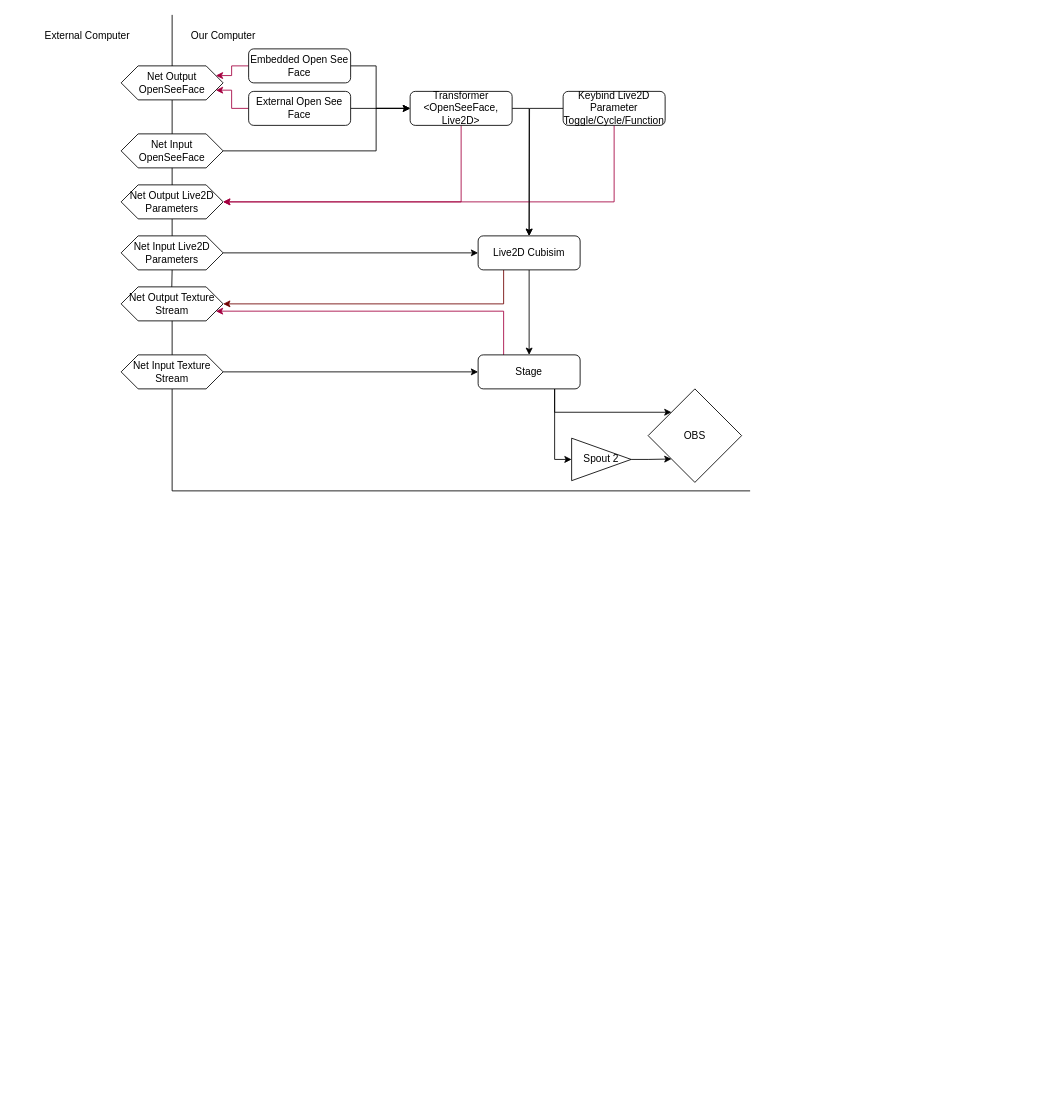
kadzu-zzz/DiagramMeme keeps this draw.io diagram as Untitled Diagram.drawio. Above is the earlier version. Source tidied: cells renumbered, new cells numbered last; positions are measured from the earlier drawing's top-left corner, leaving out a move shared by most shapes. Both pictures are drawn from the tidied source at 85%, with x=0, y=0 at pixel (31, 14).
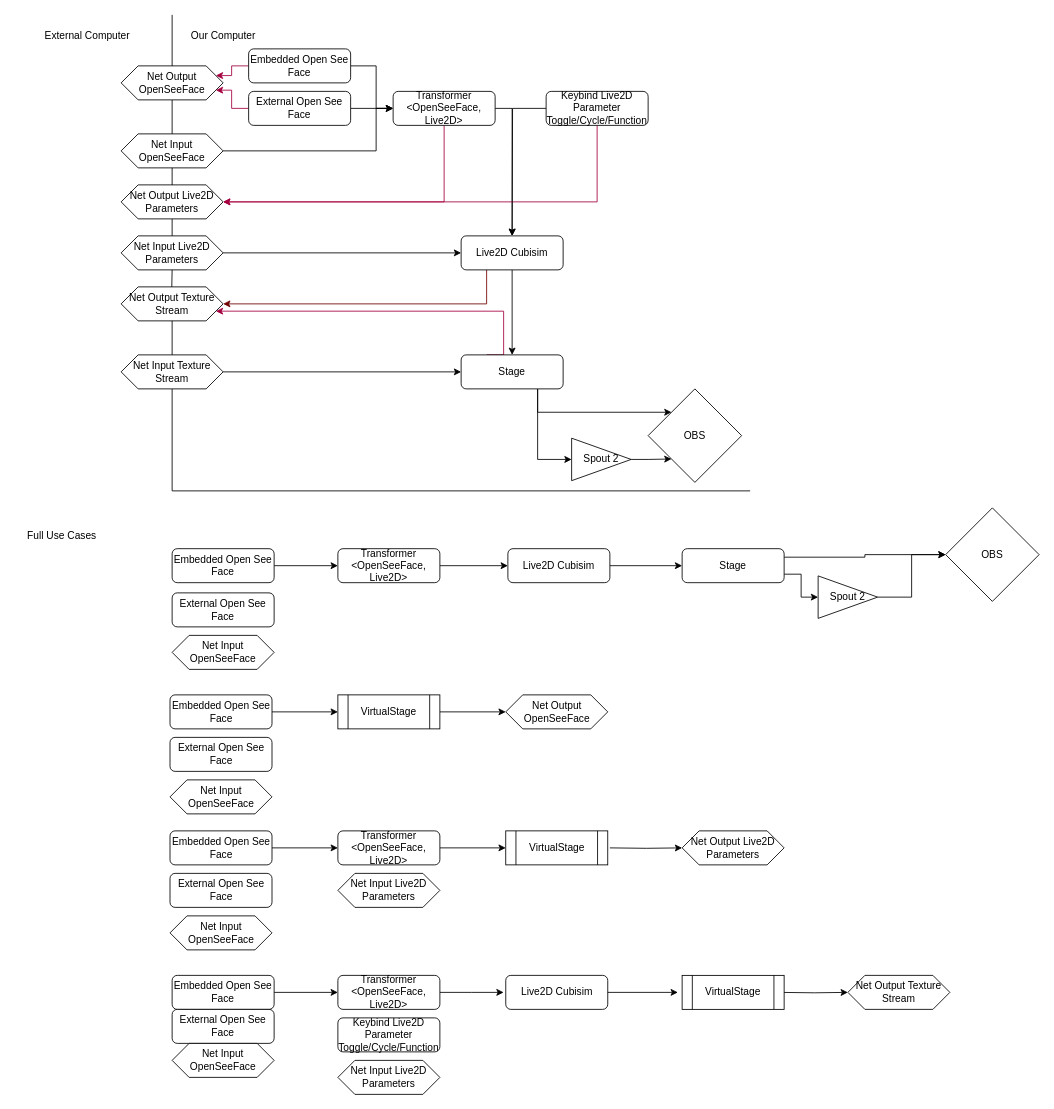
The same page after the edit.

Change to the diagram source:
```diff
@@
     <mxCell id="10" value="Transformer &amp;lt;OpenSeeFace, Live2D&amp;gt;" style="rounded=1;whiteSpace=wrap;html=1;" parent="1" vertex="1">
-      <mxGeometry x="445" y="90" width="120" height="40" as="geometry" />
+      <mxGeometry x="425" y="90" width="120" height="40" as="geometry" />
     </mxCell>
@@
     <mxCell id="18" value="Live2D Cubisim" style="rounded=1;whiteSpace=wrap;html=1;" parent="1" vertex="1">
-      <mxGeometry x="525" y="260" width="120" height="40" as="geometry" />
+      <mxGeometry x="505" y="260" width="120" height="40" as="geometry" />
     </mxCell>
@@
     <mxCell id="22" value="Stage" style="rounded=1;whiteSpace=wrap;html=1;" parent="1" vertex="1">
-      <mxGeometry x="525" y="400" width="120" height="40" as="geometry" />
+      <mxGeometry x="505" y="400" width="120" height="40" as="geometry" />
     </mxCell>
@@
     <mxCell id="39" style="edgeStyle=orthogonalEdgeStyle;rounded=0;jettySize=auto;html=1;" parent="1" edge="1" source="40">
       <mxGeometry relative="1" as="geometry">
-        <mxPoint x="585" y="260" as="targetPoint" />
+        <mxPoint x="565" y="260" as="targetPoint" />
       </mxGeometry>
     </mxCell>
     <mxCell id="40" value="Keybind Live2D Parameter Toggle/Cycle/Function" style="rounded=1;whiteSpace=wrap;html=1;" parent="1" vertex="1">
-      <mxGeometry x="625" y="90" width="120" height="40" as="geometry" />
+      <mxGeometry x="605" y="90" width="120" height="40" as="geometry" />
     </mxCell>
+    <mxCell id="41" style="edgeStyle=orthogonalEdgeStyle;rounded=0;jettySize=auto;html=1;exitX=1;exitY=0.5;exitDx=0;exitDy=0;entryX=0;entryY=0.5;entryDx=0;entryDy=0;" parent="1" edge="1" source="42" target="45">
+      <mxGeometry relative="1" as="geometry" />
+    </mxCell>
+    <mxCell id="42" value="&lt;div&gt;VirtualStage&lt;/div&gt;" style="shape=process;whiteSpace=wrap;html=1;backgroundOutline=1;" parent="1" vertex="1">
+      <mxGeometry x="360" y="800" width="120" height="40" as="geometry" />
+    </mxCell>
+    <mxCell id="43" style="edgeStyle=orthogonalEdgeStyle;rounded=0;jettySize=auto;html=1;entryX=0;entryY=0.5;entryDx=0;entryDy=0;" parent="1" edge="1" source="44" target="42">
+      <mxGeometry relative="1" as="geometry" />
+    </mxCell>
+    <mxCell id="44" value="Embedded Open See Face" style="rounded=1;whiteSpace=wrap;html=1;" parent="1" vertex="1">
+      <mxGeometry x="162.5" y="800" width="120" height="40" as="geometry" />
+    </mxCell>
+    <mxCell id="45" value="&lt;div&gt;Net Output OpenSeeFace&lt;/div&gt;" style="shape=hexagon;perimeter=hexagonPerimeter2;whiteSpace=wrap;html=1;fixedSize=1;" parent="1" vertex="1">
+      <mxGeometry x="557.5" y="800" width="120" height="40" as="geometry" />
+    </mxCell>
+    <mxCell id="46" style="edgeStyle=orthogonalEdgeStyle;rounded=0;orthogonalLoop=1;jettySize=auto;html=1;entryX=0;entryY=0.5;entryDx=0;entryDy=0;" parent="1" edge="1">
+      <mxGeometry relative="1" as="geometry">
+        <mxPoint x="675" y="1150" as="sourcePoint" />
+        <mxPoint x="760" y="1150" as="targetPoint" />
+      </mxGeometry>
+    </mxCell>
+    <mxCell id="47" value="&lt;div&gt;Net Input Live2D Parameters&lt;/div&gt;" style="shape=hexagon;perimeter=hexagonPerimeter2;whiteSpace=wrap;html=1;fixedSize=1;" parent="1" vertex="1">
+      <mxGeometry x="360" y="1230" width="120" height="40" as="geometry" />
+    </mxCell>
+    <mxCell id="48" style="edgeStyle=orthogonalEdgeStyle;rounded=0;jettySize=auto;html=1;entryX=0;entryY=0.5;entryDx=0;entryDy=0;" parent="1" edge="1" source="49" target="53">
+      <mxGeometry relative="1" as="geometry" />
+    </mxCell>
+    <mxCell id="49" value="Embedded Open See Face" style="rounded=1;whiteSpace=wrap;html=1;" parent="1" vertex="1">
+      <mxGeometry x="165" y="1130" width="120" height="40" as="geometry" />
+    </mxCell>
+    <mxCell id="50" value="External Open See Face" style="rounded=1;whiteSpace=wrap;html=1;" parent="1" vertex="1">
+      <mxGeometry x="165" y="1170" width="120" height="40" as="geometry" />
+    </mxCell>
+    <mxCell id="51" value="&lt;div&gt;Net Input OpenSeeFace&lt;/div&gt;" style="shape=hexagon;perimeter=hexagonPerimeter2;whiteSpace=wrap;html=1;fixedSize=1;" parent="1" vertex="1">
+      <mxGeometry x="165" y="1210" width="120" height="40" as="geometry" />
+    </mxCell>
+    <mxCell id="52" style="edgeStyle=orthogonalEdgeStyle;rounded=0;jettySize=auto;html=1;entryX=0;entryY=0.5;entryDx=0;entryDy=0;" parent="1" edge="1" source="53">
+      <mxGeometry relative="1" as="geometry">
+        <mxPoint x="555" y="1150" as="targetPoint" />
+      </mxGeometry>
+    </mxCell>
+    <mxCell id="53" value="Transformer &amp;lt;OpenSeeFace, Live2D&amp;gt;" style="rounded=1;whiteSpace=wrap;html=1;" parent="1" vertex="1">
+      <mxGeometry x="360" y="1130" width="120" height="40" as="geometry" />
+    </mxCell>
+    <mxCell id="54" style="edgeStyle=orthogonalEdgeStyle;rounded=0;jettySize=auto;html=1;exitX=1;exitY=0.5;exitDx=0;exitDy=0;entryX=0;entryY=0.5;entryDx=0;entryDy=0;" parent="1" edge="1" target="55">
+      <mxGeometry relative="1" as="geometry">
+        <mxPoint x="880" y="1150" as="sourcePoint" />
+      </mxGeometry>
+    </mxCell>
+    <mxCell id="55" value="&lt;div&gt;Net Output Texture Stream&lt;br&gt;&lt;/div&gt;" style="shape=hexagon;perimeter=hexagonPerimeter2;whiteSpace=wrap;html=1;fixedSize=1;" parent="1" vertex="1">
+      <mxGeometry x="960" y="1130" width="120" height="40" as="geometry" />
+    </mxCell>
+    <mxCell id="56" value="Full Use Cases" style="text;html=1;align=center;verticalAlign=middle;strokeColor=none;fillColor=none;" parent="1" vertex="1">
+      <mxGeometry x="-20" y="598" width="110" height="30" as="geometry" />
+    </mxCell>
+    <mxCell id="57" value="External Open See Face" style="rounded=1;whiteSpace=wrap;html=1;" parent="1" vertex="1">
+      <mxGeometry x="162.5" y="850" width="120" height="40" as="geometry" />
+    </mxCell>
+    <mxCell id="58" value="&lt;div&gt;Net Input OpenSeeFace&lt;/div&gt;" style="shape=hexagon;perimeter=hexagonPerimeter2;whiteSpace=wrap;html=1;fixedSize=1;" parent="1" vertex="1">
+      <mxGeometry x="162.5" y="900" width="120" height="40" as="geometry" />
+    </mxCell>
+    <mxCell id="59" style="edgeStyle=orthogonalEdgeStyle;rounded=0;orthogonalLoop=1;jettySize=auto;html=1;exitX=1;exitY=0.5;exitDx=0;exitDy=0;entryX=0;entryY=0.5;entryDx=0;entryDy=0;" parent="1" edge="1">
+      <mxGeometry relative="1" as="geometry">
+        <mxPoint x="480" y="648" as="sourcePoint" />
+        <mxPoint x="560" y="648" as="targetPoint" />
+      </mxGeometry>
+    </mxCell>
+    <mxCell id="60" style="edgeStyle=orthogonalEdgeStyle;rounded=0;jettySize=auto;html=1;entryX=0;entryY=0.5;entryDx=0;entryDy=0;" parent="1" edge="1" source="61">
+      <mxGeometry relative="1" as="geometry">
+        <mxPoint x="360" y="648" as="targetPoint" />
+      </mxGeometry>
+    </mxCell>
+    <mxCell id="61" value="Embedded Open See Face" style="rounded=1;whiteSpace=wrap;html=1;" parent="1" vertex="1">
+      <mxGeometry x="165" y="628" width="120" height="40" as="geometry" />
+    </mxCell>
+    <mxCell id="62" value="Transformer &amp;lt;OpenSeeFace, Live2D&amp;gt;" style="rounded=1;whiteSpace=wrap;html=1;" parent="1" vertex="1">
+      <mxGeometry x="360" y="628" width="120" height="40" as="geometry" />
+    </mxCell>
+    <mxCell id="63" style="edgeStyle=orthogonalEdgeStyle;rounded=0;jettySize=auto;html=1;entryX=0;entryY=0.5;entryDx=0;entryDy=0;" parent="1" edge="1" source="64" target="67">
+      <mxGeometry relative="1" as="geometry" />
+    </mxCell>
+    <mxCell id="64" value="Live2D Cubisim" style="rounded=1;whiteSpace=wrap;html=1;" parent="1" vertex="1">
+      <mxGeometry x="560" y="628" width="120" height="40" as="geometry" />
+    </mxCell>
+    <mxCell id="65" style="edgeStyle=orthogonalEdgeStyle;rounded=0;jettySize=auto;html=1;exitX=1;exitY=0.25;exitDx=0;exitDy=0;entryX=0;entryY=0.5;entryDx=0;entryDy=0;" parent="1" edge="1" source="67" target="70">
+      <mxGeometry relative="1" as="geometry" />
+    </mxCell>
+    <mxCell id="66" style="edgeStyle=orthogonalEdgeStyle;rounded=0;jettySize=auto;html=1;exitX=1;exitY=0.75;exitDx=0;exitDy=0;entryX=0;entryY=0.5;entryDx=0;entryDy=0;" parent="1" edge="1" source="67" target="69">
+      <mxGeometry relative="1" as="geometry" />
+    </mxCell>
+    <mxCell id="67" value="Stage" style="rounded=1;whiteSpace=wrap;html=1;" parent="1" vertex="1">
+      <mxGeometry x="765" y="628" width="120" height="40" as="geometry" />
+    </mxCell>
+    <mxCell id="68" style="edgeStyle=orthogonalEdgeStyle;rounded=0;jettySize=auto;html=1;exitX=1;exitY=0.5;exitDx=0;exitDy=0;entryX=0;entryY=0.5;entryDx=0;entryDy=0;" parent="1" edge="1" source="69" target="70">
+      <mxGeometry relative="1" as="geometry" />
+    </mxCell>
+    <mxCell id="69" value="Spout 2" style="triangle;whiteSpace=wrap;html=1;" parent="1" vertex="1">
+      <mxGeometry x="925" y="660" width="70" height="50" as="geometry" />
+    </mxCell>
+    <mxCell id="70" value="OBS" style="rhombus;whiteSpace=wrap;html=1;" parent="1" vertex="1">
+      <mxGeometry x="1075" y="580" width="110" height="110" as="geometry" />
+    </mxCell>
+    <mxCell id="71" value="External Open See Face" style="rounded=1;whiteSpace=wrap;html=1;" parent="1" vertex="1">
+      <mxGeometry x="165" y="680" width="120" height="40" as="geometry" />
+    </mxCell>
+    <mxCell id="72" value="&lt;div&gt;Net Input OpenSeeFace&lt;/div&gt;" style="shape=hexagon;perimeter=hexagonPerimeter2;whiteSpace=wrap;html=1;fixedSize=1;" parent="1" vertex="1">
+      <mxGeometry x="165" y="730" width="120" height="40" as="geometry" />
+    </mxCell>
+    <mxCell id="73" style="edgeStyle=orthogonalEdgeStyle;rounded=0;orthogonalLoop=1;jettySize=auto;html=1;exitX=1;exitY=0.5;exitDx=0;exitDy=0;entryX=0;entryY=0.5;entryDx=0;entryDy=0;" parent="1" edge="1">
+      <mxGeometry relative="1" as="geometry">
+        <mxPoint x="480" y="980" as="sourcePoint" />
+        <mxPoint x="557.5" y="980" as="targetPoint" />
+      </mxGeometry>
+    </mxCell>
+    <mxCell id="74" style="edgeStyle=orthogonalEdgeStyle;rounded=0;jettySize=auto;html=1;entryX=0;entryY=0.5;entryDx=0;entryDy=0;" parent="1" edge="1" source="75">
+      <mxGeometry relative="1" as="geometry">
+        <mxPoint x="360" y="980" as="targetPoint" />
+      </mxGeometry>
+    </mxCell>
+    <mxCell id="75" value="Embedded Open See Face" style="rounded=1;whiteSpace=wrap;html=1;" parent="1" vertex="1">
+      <mxGeometry x="162.5" y="960" width="120" height="40" as="geometry" />
+    </mxCell>
+    <mxCell id="76" value="External Open See Face" style="rounded=1;whiteSpace=wrap;html=1;" parent="1" vertex="1">
+      <mxGeometry x="162.5" y="1010" width="120" height="40" as="geometry" />
+    </mxCell>
+    <mxCell id="77" value="&lt;div&gt;Net Input OpenSeeFace&lt;/div&gt;" style="shape=hexagon;perimeter=hexagonPerimeter2;whiteSpace=wrap;html=1;fixedSize=1;" parent="1" vertex="1">
+      <mxGeometry x="162.5" y="1060" width="120" height="40" as="geometry" />
+    </mxCell>
+    <mxCell id="78" value="&lt;div&gt;Net Output Live2D Parameters&lt;/div&gt;" style="shape=hexagon;perimeter=hexagonPerimeter2;whiteSpace=wrap;html=1;fixedSize=1;" parent="1" vertex="1">
+      <mxGeometry x="765" y="960" width="120" height="40" as="geometry" />
+    </mxCell>
+    <mxCell id="79" style="edgeStyle=orthogonalEdgeStyle;rounded=0;jettySize=auto;html=1;" parent="1" edge="1" target="78">
+      <mxGeometry relative="1" as="geometry">
+        <mxPoint x="680" y="980" as="sourcePoint" />
+      </mxGeometry>
+    </mxCell>
+    <mxCell id="80" value="Transformer &amp;lt;OpenSeeFace, Live2D&amp;gt;" style="rounded=1;whiteSpace=wrap;html=1;" parent="1" vertex="1">
+      <mxGeometry x="360" y="960" width="120" height="40" as="geometry" />
+    </mxCell>
+    <mxCell id="81" value="&lt;div&gt;VirtualStage&lt;/div&gt;" style="shape=process;whiteSpace=wrap;html=1;backgroundOutline=1;" parent="1" vertex="1">
+      <mxGeometry x="557.5" y="960" width="120" height="40" as="geometry" />
+    </mxCell>
+    <mxCell id="82" value="&lt;div&gt;Net Input Live2D Parameters&lt;/div&gt;" style="shape=hexagon;perimeter=hexagonPerimeter2;whiteSpace=wrap;html=1;fixedSize=1;" parent="1" vertex="1">
+      <mxGeometry x="360" y="1010" width="120" height="40" as="geometry" />
+    </mxCell>
+    <mxCell id="83" value="Live2D Cubisim" style="rounded=1;whiteSpace=wrap;html=1;" parent="1" vertex="1">
+      <mxGeometry x="557.5" y="1130" width="120" height="40" as="geometry" />
+    </mxCell>
+    <mxCell id="84" value="&lt;div&gt;VirtualStage&lt;/div&gt;" style="shape=process;whiteSpace=wrap;html=1;backgroundOutline=1;" parent="1" vertex="1">
+      <mxGeometry x="765" y="1130" width="120" height="40" as="geometry" />
+    </mxCell>
+    <mxCell id="85" value="Keybind Live2D Parameter Toggle/Cycle/Function" style="rounded=1;whiteSpace=wrap;html=1;" parent="1" vertex="1">
+      <mxGeometry x="360" y="1180" width="120" height="40" as="geometry" />
+    </mxCell>
```
